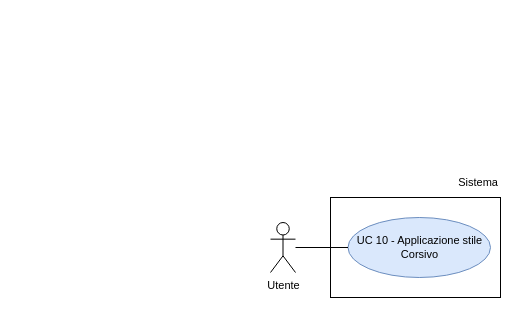
Before: RTB/doc_esterna/analisi-dei-requisiti/assets/draw.io/UC10.drawio in thebitless-group-swe/thebitless.github.io, a draw.io diagram. Source tidied: cells renumbered, new cells numbered last; positions are measured from the earlier drawing's top-left corner, leaving out a move shared by most shapes. Both pictures are drawn from the tidied source at 100%, with x=0, y=0 at pixel (270, 167).
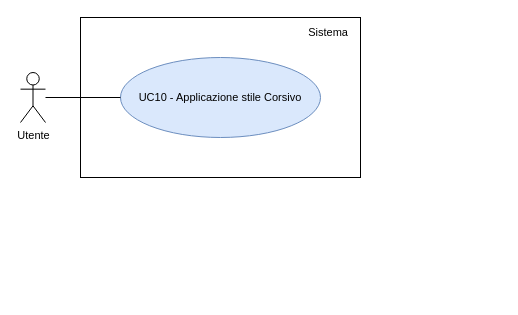
The same diagram, later.

The edit, as a diff of the source:
```diff
@@
 <mxGraphModel>
   <root>
     <mxCell id="0" />
     <mxCell id="1" parent="0" />
     <mxCell id="2" value="Utente" style="shape=umlActor;verticalLabelPosition=bottom;verticalAlign=top;html=1;outlineConnect=0;fontSize=11;" parent="1" vertex="1">
-      <mxGeometry y="55" width="25" height="50" as="geometry" />
+      <mxGeometry x="-250" y="-95" width="25" height="50" as="geometry" />
     </mxCell>
-    <mxCell id="3" style="rounded=0;whiteSpace=wrap;html=1;strokeWidth=1;" parent="1" vertex="1">
-      <mxGeometry x="60" y="30" width="170" height="100" as="geometry" />
-    </mxCell>
+    <mxCell id="8" style="rounded=0;whiteSpace=wrap;html=1;strokeWidth=1;" parent="1" vertex="1">
+      <mxGeometry x="-190" y="-150" width="280" height="160" as="geometry" />
+    </mxCell>
     <mxCell id="4" value="Sistema" style="text;html=1;whiteSpace=wrap;strokeColor=none;fillColor=none;align=right;verticalAlign=middle;fontSize=11;" parent="1" vertex="1">
-      <mxGeometry x="170" width="60" height="30" as="geometry" />
+      <mxGeometry x="10" y="-145" width="70" height="20" as="geometry" />
     </mxCell>
-    <mxCell id="5" value="UC 10 - Applicazione stile Corsivo" style="ellipse;whiteSpace=wrap;html=1;fillColor=#dae8fc;strokeColor=#6c8ebf;fontSize=11;" parent="1" vertex="1">
-      <mxGeometry x="77.5" y="50" width="142.5" height="60" as="geometry" />
-    </mxCell>
-    <mxCell id="6" style="edgeStyle=none;rounded=0;jettySize=auto;html=1;endArrow=none;endFill=0;" parent="1" edge="1" source="2" target="5">
-      <mxGeometry relative="1" as="geometry" />
-    </mxCell>
-    <mxCell id="7" style="edgeStyle=orthogonalEdgeStyle;rounded=0;orthogonalLoop=1;jettySize=auto;html=1;exitX=0.5;exitY=1;exitDx=0;exitDy=0;" parent="1" edge="1" source="4" target="4">
-      <mxGeometry relative="1" as="geometry" />
-    </mxCell>
+    <mxCell id="9" value="UC10 - Applicazione stile Corsivo" style="ellipse;whiteSpace=wrap;html=1;fillColor=#dae8fc;strokeColor=#6c8ebf;fontSize=11;" parent="1" vertex="1">
+      <mxGeometry x="-150" y="-110" width="200" height="80" as="geometry" />
+    </mxCell>
+    <mxCell id="10" style="edgeStyle=none;rounded=0;jettySize=auto;html=1;endArrow=none;endFill=0;" parent="1" edge="1" source="2" target="9">
+      <mxGeometry relative="1" as="geometry" />
+    </mxCell>
   </root>
 </mxGraphModel>
```
